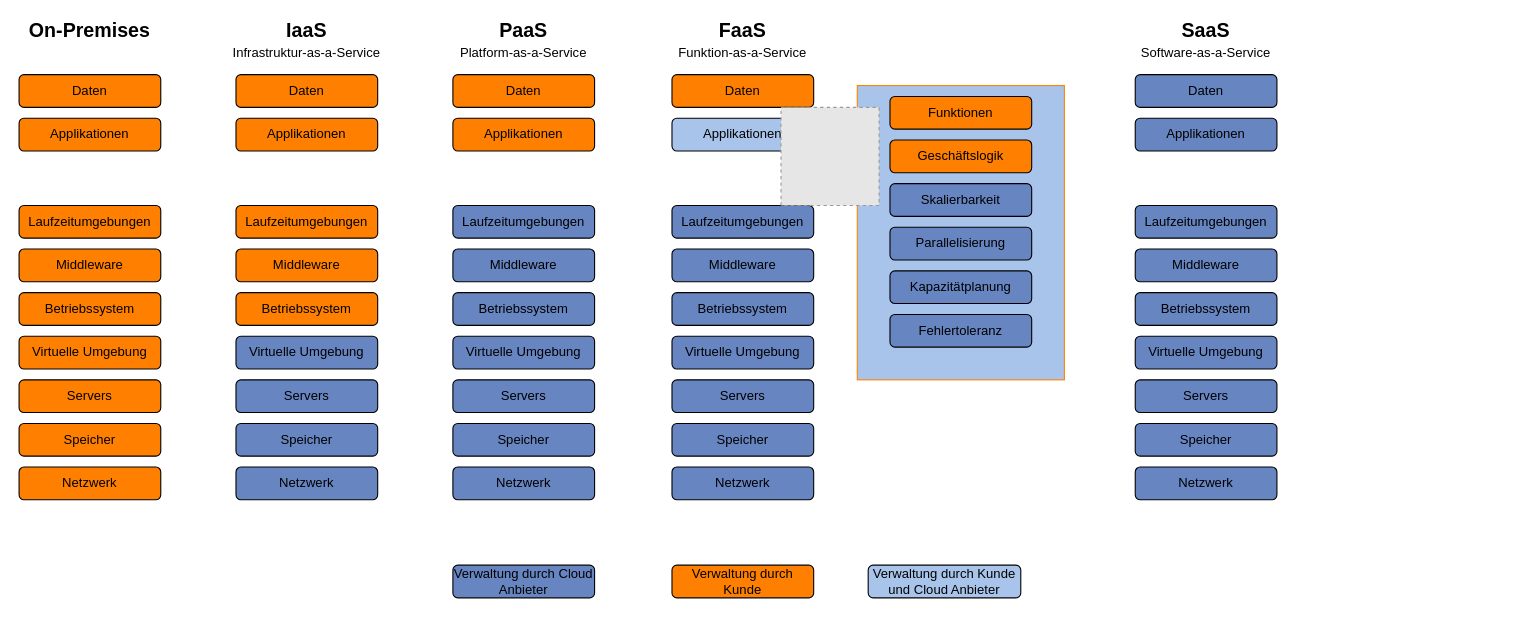
iamulya/drawio-diagrams keeps this draw.io diagram as IaaSvsPaaS-etc.drawio. Above is the earlier version. Source tidied: cells renumbered, new cells numbered last; positions are measured from the earlier drawing's top-left corner, leaving out a move shared by most shapes. Both pictures are drawn from the tidied source at 109%, with x=0, y=0 at pixel (19, 20). Pictures stored in the file or linked from it are replaced by grey dashed boxes.
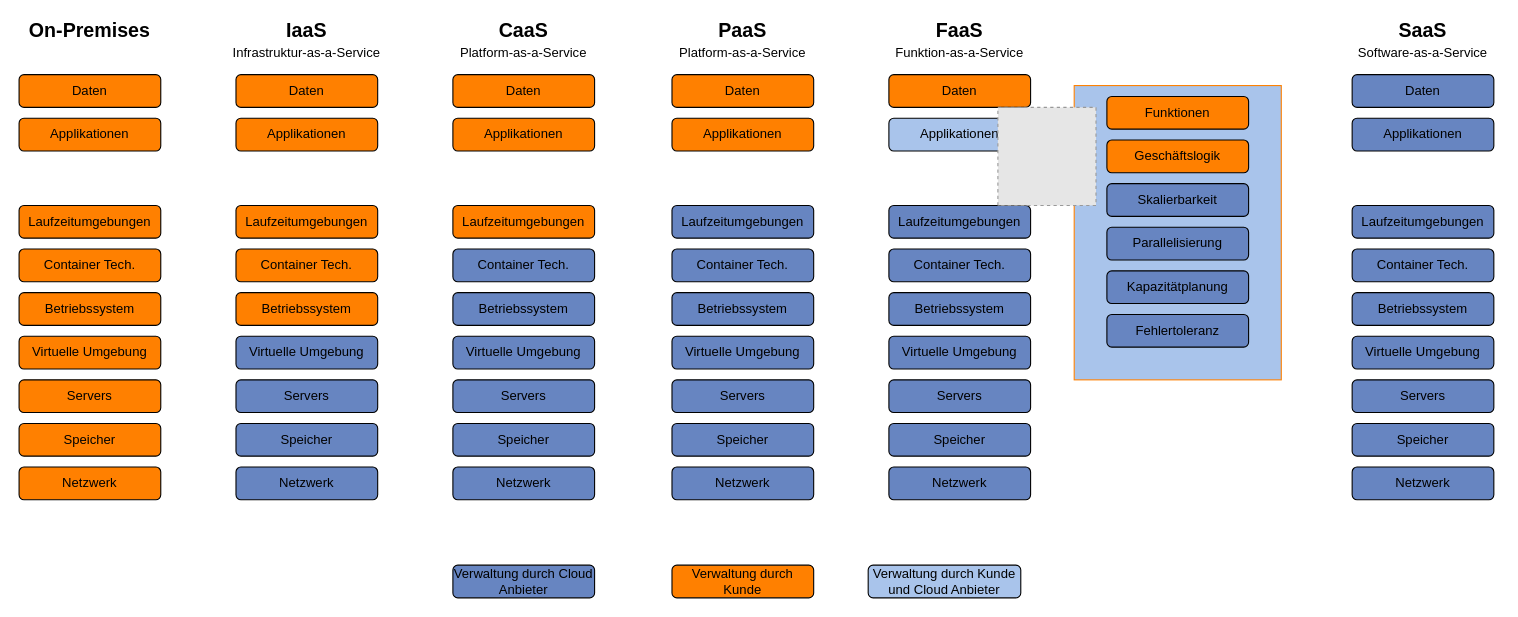
Above is the later version.

What changed in the source:
```diff
@@
-    <mxCell id="5" value="Middleware" style="rounded=1;whiteSpace=wrap;html=1;fillColor=#FF8000;" parent="1" vertex="1">
+    <mxCell id="5" value="Container Tech." style="rounded=1;whiteSpace=wrap;html=1;fillColor=#FF8000;" parent="1" vertex="1">
       <mxGeometry y="210" width="130" height="30" as="geometry" />
     </mxCell>
@@
-    <mxCell id="14" value="Middleware" style="rounded=1;whiteSpace=wrap;html=1;fillColor=#FF8000;" parent="1" vertex="1">
+    <mxCell id="14" value="Container Tech." style="rounded=1;whiteSpace=wrap;html=1;fillColor=#FF8000;" parent="1" vertex="1">
       <mxGeometry x="199" y="210" width="130" height="30" as="geometry" />
     </mxCell>
@@
-    <mxCell id="22" value="Laufzeitumgebungen" style="rounded=1;whiteSpace=wrap;html=1;fillColor=#6785C1;" parent="1" vertex="1">
+    <mxCell id="22" value="Laufzeitumgebungen" style="rounded=1;whiteSpace=wrap;html=1;fillColor=#FF8000;" parent="1" vertex="1">
       <mxGeometry x="398" y="170" width="130" height="30" as="geometry" />
     </mxCell>
-    <mxCell id="23" value="Middleware" style="rounded=1;whiteSpace=wrap;html=1;fillColor=#6785C1;" parent="1" vertex="1">
+    <mxCell id="23" value="Container Tech." style="rounded=1;whiteSpace=wrap;html=1;fillColor=#6785C1;" parent="1" vertex="1">
       <mxGeometry x="398" y="210" width="130" height="30" as="geometry" />
     </mxCell>
@@
     <mxCell id="29" value="Daten" style="rounded=1;whiteSpace=wrap;html=1;fillColor=#FF8000;" parent="1" vertex="1">
-      <mxGeometry x="599" y="50" width="130" height="30" as="geometry" />
+      <mxGeometry x="798" y="50" width="130" height="30" as="geometry" />
     </mxCell>
     <mxCell id="30" value="Applikationen" style="rounded=1;whiteSpace=wrap;html=1;fillColor=#A9C4EB;" parent="1" vertex="1">
-      <mxGeometry x="599" y="90" width="130" height="30" as="geometry" />
+      <mxGeometry x="798" y="90" width="130" height="30" as="geometry" />
     </mxCell>
     <mxCell id="31" value="Laufzeitumgebungen" style="rounded=1;whiteSpace=wrap;html=1;fillColor=#6785C1;" parent="1" vertex="1">
-      <mxGeometry x="599" y="170" width="130" height="30" as="geometry" />
+      <mxGeometry x="798" y="170" width="130" height="30" as="geometry" />
     </mxCell>
-    <mxCell id="32" value="Middleware" style="rounded=1;whiteSpace=wrap;html=1;fillColor=#6785C1;" parent="1" vertex="1">
-      <mxGeometry x="599" y="210" width="130" height="30" as="geometry" />
+    <mxCell id="32" value="Container Tech." style="rounded=1;whiteSpace=wrap;html=1;fillColor=#6785C1;" parent="1" vertex="1">
+      <mxGeometry x="798" y="210" width="130" height="30" as="geometry" />
     </mxCell>
     <mxCell id="33" value="Betriebssystem" style="rounded=1;whiteSpace=wrap;html=1;fillColor=#6785C1;" parent="1" vertex="1">
-      <mxGeometry x="599" y="250" width="130" height="30" as="geometry" />
+      <mxGeometry x="798" y="250" width="130" height="30" as="geometry" />
     </mxCell>
     <mxCell id="34" value="Virtuelle Umgebung" style="rounded=1;whiteSpace=wrap;html=1;fillColor=#6785C1;" parent="1" vertex="1">
-      <mxGeometry x="599" y="290" width="130" height="30" as="geometry" />
+      <mxGeometry x="798" y="290" width="130" height="30" as="geometry" />
     </mxCell>
     <mxCell id="35" value="Servers" style="rounded=1;whiteSpace=wrap;html=1;fillColor=#6785C1;" parent="1" vertex="1">
-      <mxGeometry x="599" y="330" width="130" height="30" as="geometry" />
+      <mxGeometry x="798" y="330" width="130" height="30" as="geometry" />
     </mxCell>
     <mxCell id="36" value="Speicher" style="rounded=1;whiteSpace=wrap;html=1;fillColor=#6785C1;" parent="1" vertex="1">
-      <mxGeometry x="599" y="370" width="130" height="30" as="geometry" />
+      <mxGeometry x="798" y="370" width="130" height="30" as="geometry" />
     </mxCell>
     <mxCell id="37" value="Netzwerk" style="rounded=1;whiteSpace=wrap;html=1;fillColor=#6785C1;" parent="1" vertex="1">
-      <mxGeometry x="599" y="410" width="130" height="30" as="geometry" />
+      <mxGeometry x="798" y="410" width="130" height="30" as="geometry" />
     </mxCell>
@@
-    <mxCell id="40" value="&lt;b&gt;&lt;font style=&quot;font-size: 18px&quot;&gt;PaaS&lt;/font&gt;&lt;/b&gt;" style="text;html=1;strokeColor=none;fillColor=none;align=center;verticalAlign=middle;whiteSpace=wrap;rounded=0;" parent="1" vertex="1">
+    <mxCell id="40" value="&lt;b&gt;&lt;font style=&quot;font-size: 18px&quot;&gt;CaaS&lt;/font&gt;&lt;/b&gt;" style="text;html=1;strokeColor=none;fillColor=none;align=center;verticalAlign=middle;whiteSpace=wrap;rounded=0;" parent="1" vertex="1">
       <mxGeometry x="398" width="130" height="20" as="geometry" />
     </mxCell>
     <mxCell id="41" value="&lt;b&gt;&lt;font style=&quot;font-size: 18px&quot;&gt;FaaS&lt;/font&gt;&lt;/b&gt;" style="text;html=1;strokeColor=none;fillColor=none;align=center;verticalAlign=middle;whiteSpace=wrap;rounded=0;" parent="1" vertex="1">
-      <mxGeometry x="599" width="130" height="20" as="geometry" />
+      <mxGeometry x="798" width="130" height="20" as="geometry" />
     </mxCell>
@@
     <mxCell id="46" value="Funktion-as-a-Service" style="text;html=1;strokeColor=none;fillColor=none;align=center;verticalAlign=middle;whiteSpace=wrap;rounded=0;" parent="1" vertex="1">
-      <mxGeometry x="594" y="20" width="140" height="20" as="geometry" />
+      <mxGeometry x="793" y="20" width="140" height="20" as="geometry" />
     </mxCell>
     <mxCell id="47" value="Daten" style="rounded=1;whiteSpace=wrap;html=1;fillColor=#6785C1;" parent="1" vertex="1">
-      <mxGeometry x="1024" y="50" width="130" height="30" as="geometry" />
+      <mxGeometry x="1223" y="50" width="130" height="30" as="geometry" />
     </mxCell>
     <mxCell id="48" value="Applikationen" style="rounded=1;whiteSpace=wrap;html=1;fillColor=#6785C1;" parent="1" vertex="1">
-      <mxGeometry x="1024" y="90" width="130" height="30" as="geometry" />
+      <mxGeometry x="1223" y="90" width="130" height="30" as="geometry" />
     </mxCell>
     <mxCell id="49" value="Laufzeitumgebungen" style="rounded=1;whiteSpace=wrap;html=1;fillColor=#6785C1;" parent="1" vertex="1">
-      <mxGeometry x="1024" y="170" width="130" height="30" as="geometry" />
+      <mxGeometry x="1223" y="170" width="130" height="30" as="geometry" />
     </mxCell>
-    <mxCell id="50" value="Middleware" style="rounded=1;whiteSpace=wrap;html=1;fillColor=#6785C1;" parent="1" vertex="1">
-      <mxGeometry x="1024" y="210" width="130" height="30" as="geometry" />
+    <mxCell id="50" value="Container Tech." style="rounded=1;whiteSpace=wrap;html=1;fillColor=#6785C1;" parent="1" vertex="1">
+      <mxGeometry x="1223" y="210" width="130" height="30" as="geometry" />
     </mxCell>
     <mxCell id="51" value="Betriebssystem" style="rounded=1;whiteSpace=wrap;html=1;fillColor=#6785C1;" parent="1" vertex="1">
-      <mxGeometry x="1024" y="250" width="130" height="30" as="geometry" />
+      <mxGeometry x="1223" y="250" width="130" height="30" as="geometry" />
     </mxCell>
     <mxCell id="52" value="Virtuelle Umgebung" style="rounded=1;whiteSpace=wrap;html=1;fillColor=#6785C1;" parent="1" vertex="1">
-      <mxGeometry x="1024" y="290" width="130" height="30" as="geometry" />
+      <mxGeometry x="1223" y="290" width="130" height="30" as="geometry" />
     </mxCell>
     <mxCell id="53" value="Servers" style="rounded=1;whiteSpace=wrap;html=1;fillColor=#6785C1;" parent="1" vertex="1">
-      <mxGeometry x="1024" y="330" width="130" height="30" as="geometry" />
+      <mxGeometry x="1223" y="330" width="130" height="30" as="geometry" />
     </mxCell>
     <mxCell id="54" value="Speicher" style="rounded=1;whiteSpace=wrap;html=1;fillColor=#6785C1;" parent="1" vertex="1">
-      <mxGeometry x="1024" y="370" width="130" height="30" as="geometry" />
+      <mxGeometry x="1223" y="370" width="130" height="30" as="geometry" />
     </mxCell>
     <mxCell id="55" value="Netzwerk" style="rounded=1;whiteSpace=wrap;html=1;fillColor=#6785C1;" parent="1" vertex="1">
-      <mxGeometry x="1024" y="410" width="130" height="30" as="geometry" />
+      <mxGeometry x="1223" y="410" width="130" height="30" as="geometry" />
     </mxCell>
     <mxCell id="56" value="&lt;b&gt;&lt;font style=&quot;font-size: 18px&quot;&gt;SaaS&lt;/font&gt;&lt;/b&gt;" style="text;html=1;strokeColor=none;fillColor=none;align=center;verticalAlign=middle;whiteSpace=wrap;rounded=0;" parent="1" vertex="1">
-      <mxGeometry x="1024" width="130" height="20" as="geometry" />
+      <mxGeometry x="1223" width="130" height="20" as="geometry" />
     </mxCell>
     <mxCell id="57" value="Software-as-a-Service" style="text;html=1;strokeColor=none;fillColor=none;align=center;verticalAlign=middle;whiteSpace=wrap;rounded=0;" parent="1" vertex="1">
-      <mxGeometry x="1019" y="20" width="140" height="20" as="geometry" />
+      <mxGeometry x="1218" y="20" width="140" height="20" as="geometry" />
     </mxCell>
@@
     <mxCell id="59" style="rounded=0;whiteSpace=wrap;html=1;strokeColor=#FF8000;fillColor=#A9C4EB;" parent="1" vertex="1">
-      <mxGeometry x="769" y="60" width="190" height="270" as="geometry" />
+      <mxGeometry x="968" y="60" width="190" height="270" as="geometry" />
     </mxCell>
     <mxCell id="60" value="Funktionen" style="rounded=1;whiteSpace=wrap;html=1;fillColor=#FF8000;" parent="1" vertex="1">
-      <mxGeometry x="799" y="70" width="130" height="30" as="geometry" />
+      <mxGeometry x="998" y="70" width="130" height="30" as="geometry" />
     </mxCell>
     <mxCell id="61" value="Geschäftslogik" style="rounded=1;whiteSpace=wrap;html=1;fillColor=#FF8000;" parent="1" vertex="1">
-      <mxGeometry x="799" y="110" width="130" height="30" as="geometry" />
+      <mxGeometry x="998" y="110" width="130" height="30" as="geometry" />
     </mxCell>
     <mxCell id="62" value="Skalierbarkeit" style="rounded=1;whiteSpace=wrap;html=1;fillColor=#6785C1;" parent="1" vertex="1">
-      <mxGeometry x="799" y="150" width="130" height="30" as="geometry" />
+      <mxGeometry x="998" y="150" width="130" height="30" as="geometry" />
     </mxCell>
     <mxCell id="63" value="Parallelisierung" style="rounded=1;whiteSpace=wrap;html=1;fillColor=#6785C1;" parent="1" vertex="1">
-      <mxGeometry x="799" y="190" width="130" height="30" as="geometry" />
+      <mxGeometry x="998" y="190" width="130" height="30" as="geometry" />
     </mxCell>
     <mxCell id="64" value="Kapazitätplanung" style="rounded=1;whiteSpace=wrap;html=1;fillColor=#6785C1;" parent="1" vertex="1">
-      <mxGeometry x="799" y="230" width="130" height="30" as="geometry" />
+      <mxGeometry x="998" y="230" width="130" height="30" as="geometry" />
     </mxCell>
     <mxCell id="65" style="fillColor=#E6E6E6;strokeColor=#999999;dashed=1;verticalLabelPosition=bottom;labelBackgroundColor=#ffffff;verticalAlign=top;" parent="1" vertex="1">
-      <mxGeometry x="699" y="80" width="90" height="90" as="geometry" />
+      <mxGeometry x="898" y="80" width="90" height="90" as="geometry" />
     </mxCell>
     <mxCell id="66" value="Fehlertoleranz" style="rounded=1;whiteSpace=wrap;html=1;fillColor=#6785C1;" parent="1" vertex="1">
-      <mxGeometry x="799" y="270" width="130" height="30" as="geometry" />
+      <mxGeometry x="998" y="270" width="130" height="30" as="geometry" />
     </mxCell>
+    <mxCell id="67" value="Daten" style="rounded=1;whiteSpace=wrap;html=1;fillColor=#FF8000;" parent="1" vertex="1">
+      <mxGeometry x="599" y="50" width="130" height="30" as="geometry" />
+    </mxCell>
+    <mxCell id="68" value="Applikationen" style="rounded=1;whiteSpace=wrap;html=1;fillColor=#FF8000;" parent="1" vertex="1">
+      <mxGeometry x="599" y="90" width="130" height="30" as="geometry" />
+    </mxCell>
+    <mxCell id="69" value="Laufzeitumgebungen" style="rounded=1;whiteSpace=wrap;html=1;fillColor=#6785C1;" parent="1" vertex="1">
+      <mxGeometry x="599" y="170" width="130" height="30" as="geometry" />
+    </mxCell>
+    <mxCell id="70" value="Container Tech." style="rounded=1;whiteSpace=wrap;html=1;fillColor=#6785C1;" parent="1" vertex="1">
+      <mxGeometry x="599" y="210" width="130" height="30" as="geometry" />
+    </mxCell>
+    <mxCell id="71" value="Betriebssystem" style="rounded=1;whiteSpace=wrap;html=1;fillColor=#6785C1;" parent="1" vertex="1">
+      <mxGeometry x="599" y="250" width="130" height="30" as="geometry" />
+    </mxCell>
+    <mxCell id="72" value="Virtuelle Umgebung" style="rounded=1;whiteSpace=wrap;html=1;fillColor=#6785C1;" parent="1" vertex="1">
+      <mxGeometry x="599" y="290" width="130" height="30" as="geometry" />
+    </mxCell>
+    <mxCell id="73" value="Servers" style="rounded=1;whiteSpace=wrap;html=1;fillColor=#6785C1;" parent="1" vertex="1">
+      <mxGeometry x="599" y="330" width="130" height="30" as="geometry" />
+    </mxCell>
+    <mxCell id="74" value="Speicher" style="rounded=1;whiteSpace=wrap;html=1;fillColor=#6785C1;" parent="1" vertex="1">
+      <mxGeometry x="599" y="370" width="130" height="30" as="geometry" />
+    </mxCell>
+    <mxCell id="75" value="Netzwerk" style="rounded=1;whiteSpace=wrap;html=1;fillColor=#6785C1;" parent="1" vertex="1">
+      <mxGeometry x="599" y="410" width="130" height="30" as="geometry" />
+    </mxCell>
+    <mxCell id="76" value="&lt;b&gt;&lt;font style=&quot;font-size: 18px&quot;&gt;PaaS&lt;/font&gt;&lt;/b&gt;" style="text;html=1;strokeColor=none;fillColor=none;align=center;verticalAlign=middle;whiteSpace=wrap;rounded=0;" parent="1" vertex="1">
+      <mxGeometry x="599" width="130" height="20" as="geometry" />
+    </mxCell>
+    <mxCell id="77" value="Platform-as-a-Service" style="text;html=1;strokeColor=none;fillColor=none;align=center;verticalAlign=middle;whiteSpace=wrap;rounded=0;" parent="1" vertex="1">
+      <mxGeometry x="594" y="20" width="140" height="20" as="geometry" />
+    </mxCell>
```
